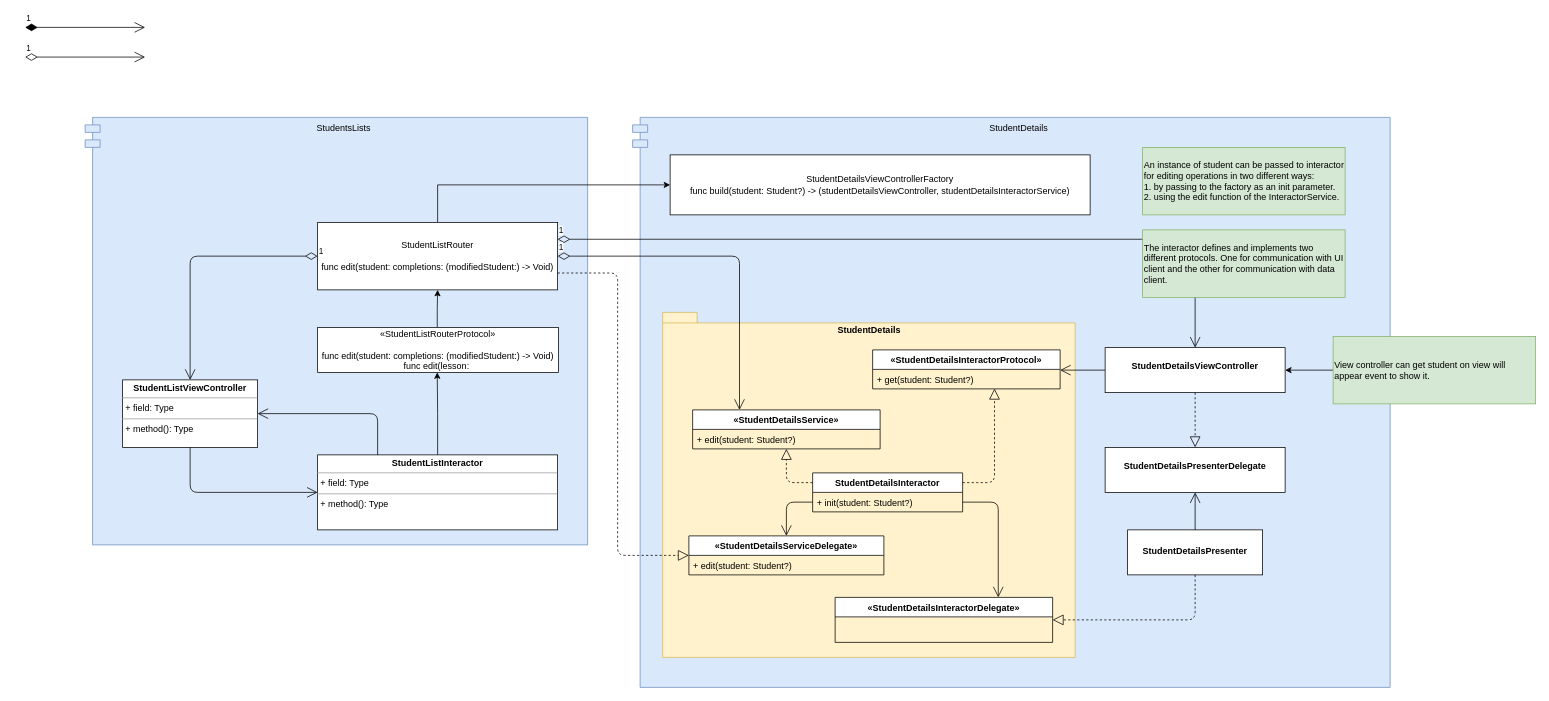
Earlier version of the draw.io diagram RouterPattern/Documents/Inter-module Communication 2.drawio (justin-er/Flow). Source tidied: cells renumbered, new cells numbered last; positions are measured from the earlier drawing's top-left corner, leaving out a move shared by most shapes. Both pictures are drawn from the tidied source at 75%, with x=0, y=0 at pixel (25, 27).
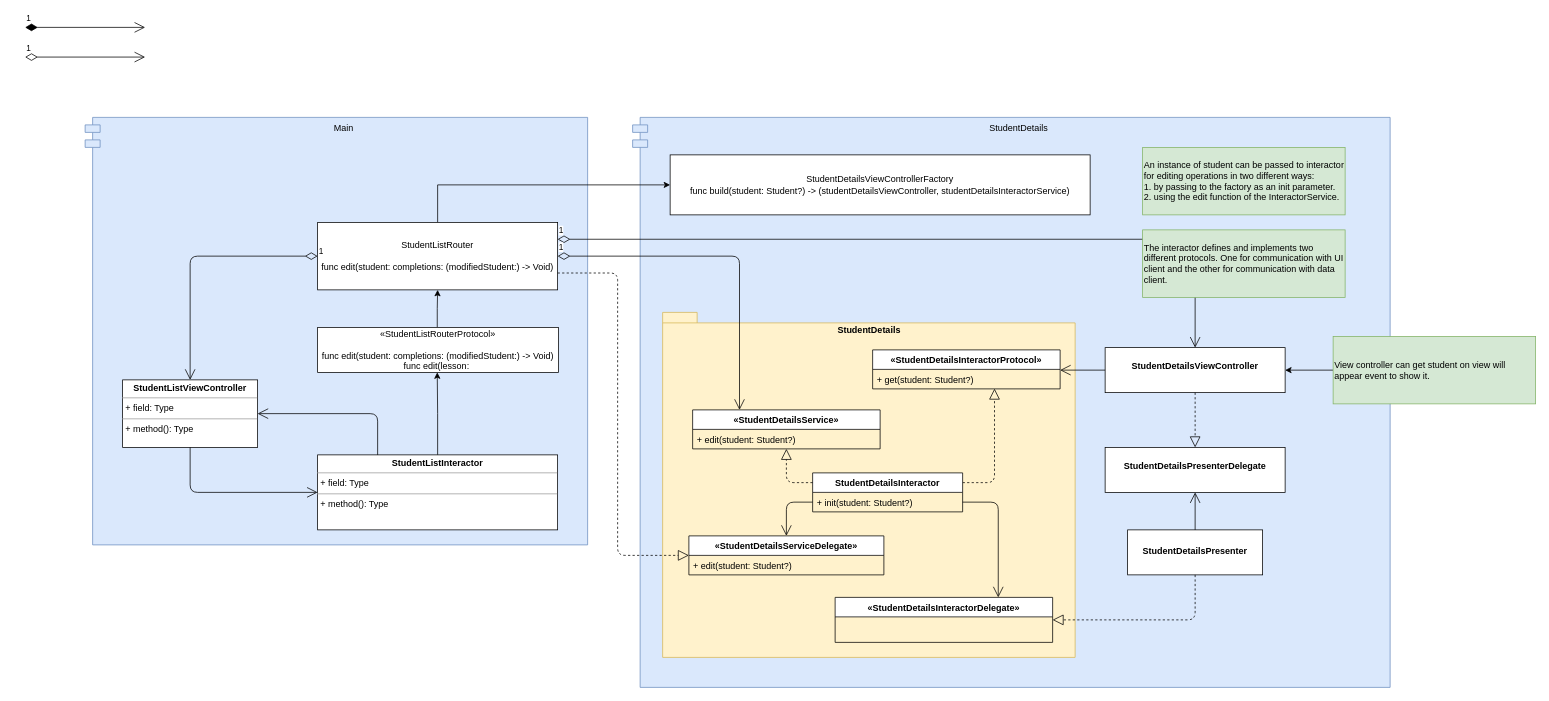
The same page after the edit.

The edit, as a diff of the source:
```diff
@@
-    <mxCell id="2" value="StudentsLists" style="shape=module;align=left;spacingLeft=20;align=center;verticalAlign=top;fillColor=#dae8fc;strokeColor=#6c8ebf;" parent="1" vertex="1">
+    <mxCell id="2" value="Main" style="shape=module;align=left;spacingLeft=20;align=center;verticalAlign=top;fillColor=#dae8fc;strokeColor=#6c8ebf;" parent="1" vertex="1">
       <mxGeometry x="80" y="120" width="670" height="570" as="geometry" />
     </mxCell>
```
